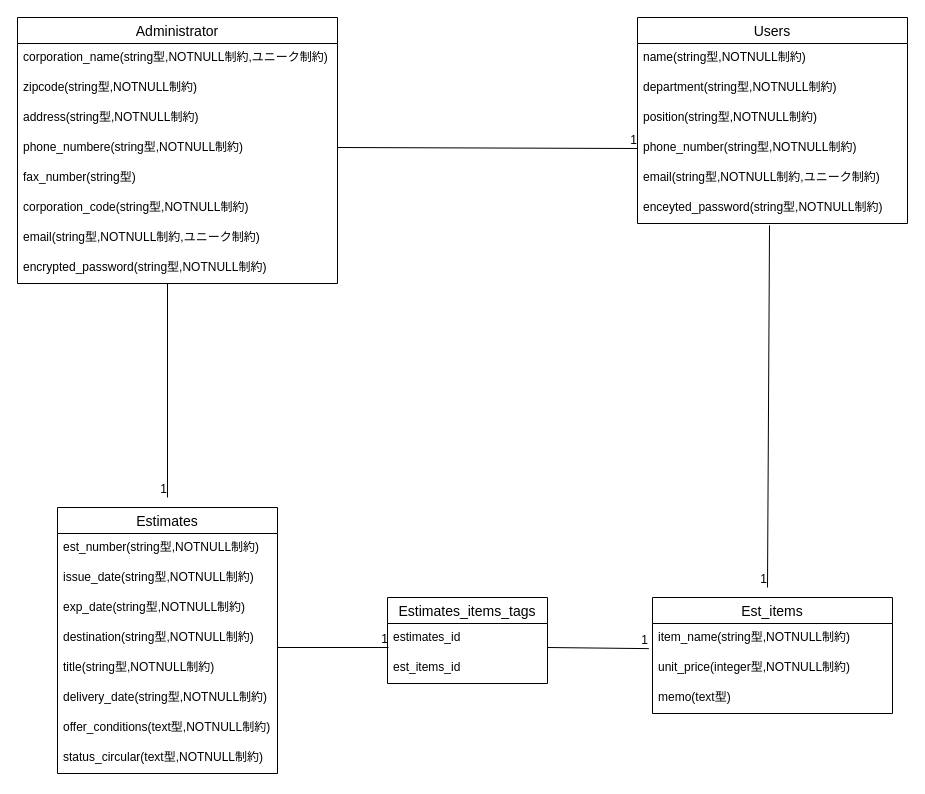
Before: ER.dio in fe3524/original_app_001, a draw.io diagram. Source tidied: cells renumbered, new cells numbered last; positions are measured from the earlier drawing's top-left corner, leaving out a move shared by most shapes. Both pictures are drawn from the tidied source at 100%, with x=0, y=0 at pixel (17, 17).
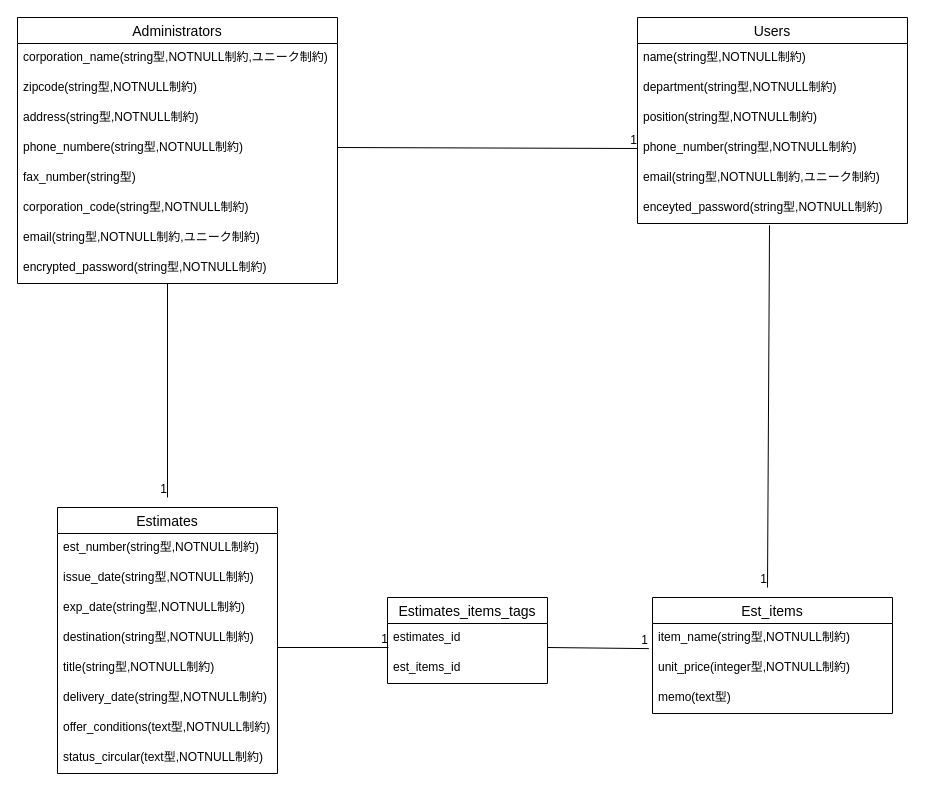
The same page after the edit.

Commit message (it also covers changes not shown here):
ER図／README修正

Change to the diagram source:
```diff
@@
-    <mxCell id="2" value="Administrator" style="swimlane;fontStyle=0;horizontal=1;startSize=26;align=center;fontSize=14;" parent="1" vertex="1">
+    <mxCell id="2" value="Administrators" style="swimlane;fontStyle=0;horizontal=1;startSize=26;align=center;fontSize=14;" parent="1" vertex="1">
       <mxGeometry width="320" height="266" as="geometry" />
     </mxCell>
```
